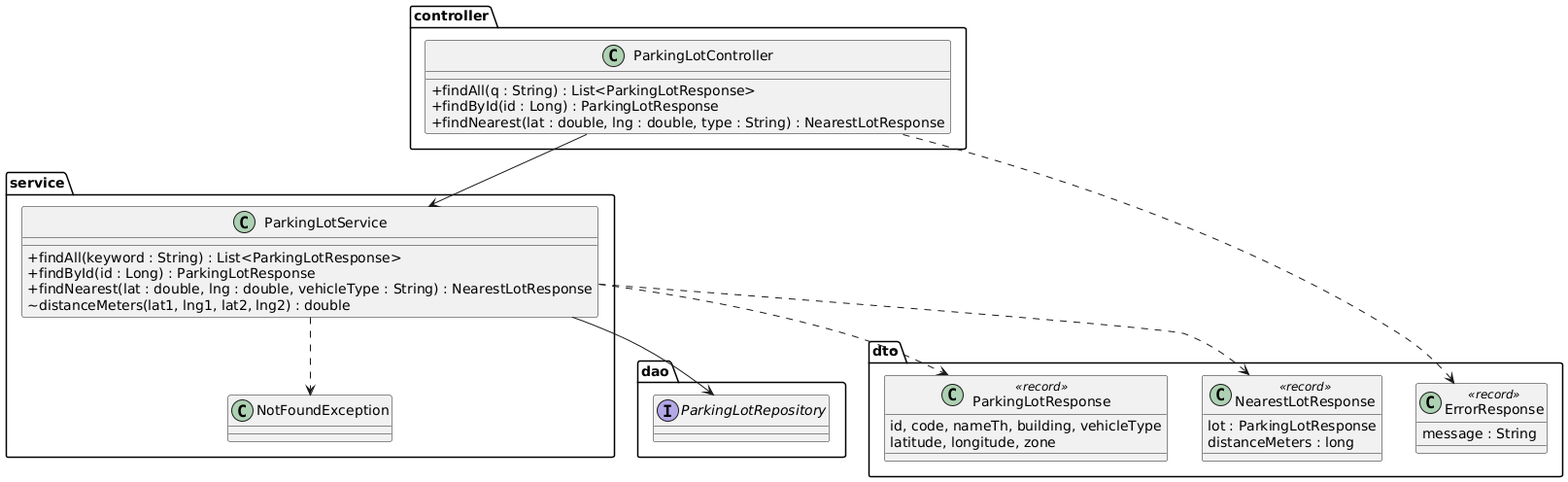
The PlantUML diagram docs/design/class-diagram-api.png in ashrofvitheekul/cs261_650001_group6, before a commit.
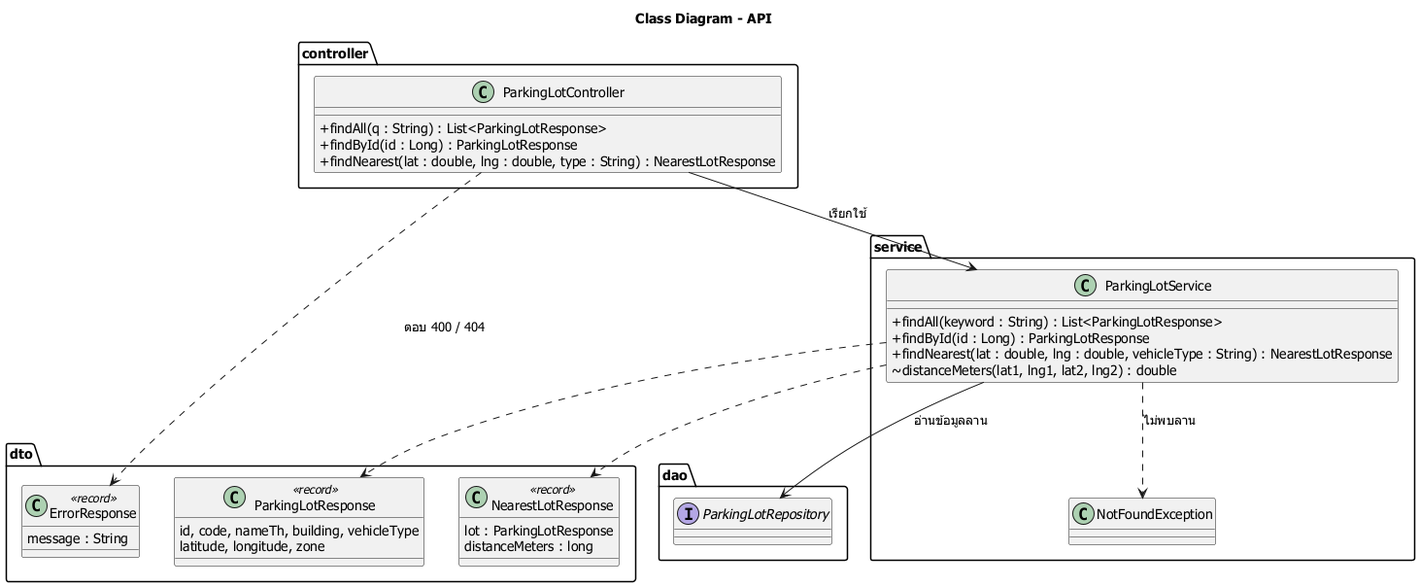
Later version of the same file.

The edit, as a diff of the source:
```diff
@@ -1,4 +1,6 @@
 @startuml
+skinparam defaultFontName Tahoma
+title Class Diagram - API
 skinparam classAttributeIconSize 0
 package controller {
   class ParkingLotController {
@@ -17,7 +19,7 @@
   class NotFoundException
 }
 package dto {
-class ParkingLotResponse <<record>> {
+  class ParkingLotResponse <<record>> {
     id, code, nameTh, building, vehicleType
     latitude, longitude, zone
   }
@@ -32,10 +34,10 @@
 package dao {
   interface ParkingLotRepository
 }
-ParkingLotController --> ParkingLotService
-ParkingLotService --> ParkingLotRepository
+ParkingLotController --> ParkingLotService : เรียกใช้
+ParkingLotService --> ParkingLotRepository : อ่านข้อมูลลาน
 ParkingLotService ..> ParkingLotResponse
 ParkingLotService ..> NearestLotResponse
-ParkingLotController ..> ErrorResponse
-ParkingLotService ..> NotFoundException
+ParkingLotController ..> ErrorResponse : ตอบ 400 / 404
+ParkingLotService ..> NotFoundException : ไม่พบลาน
 @enduml
```
